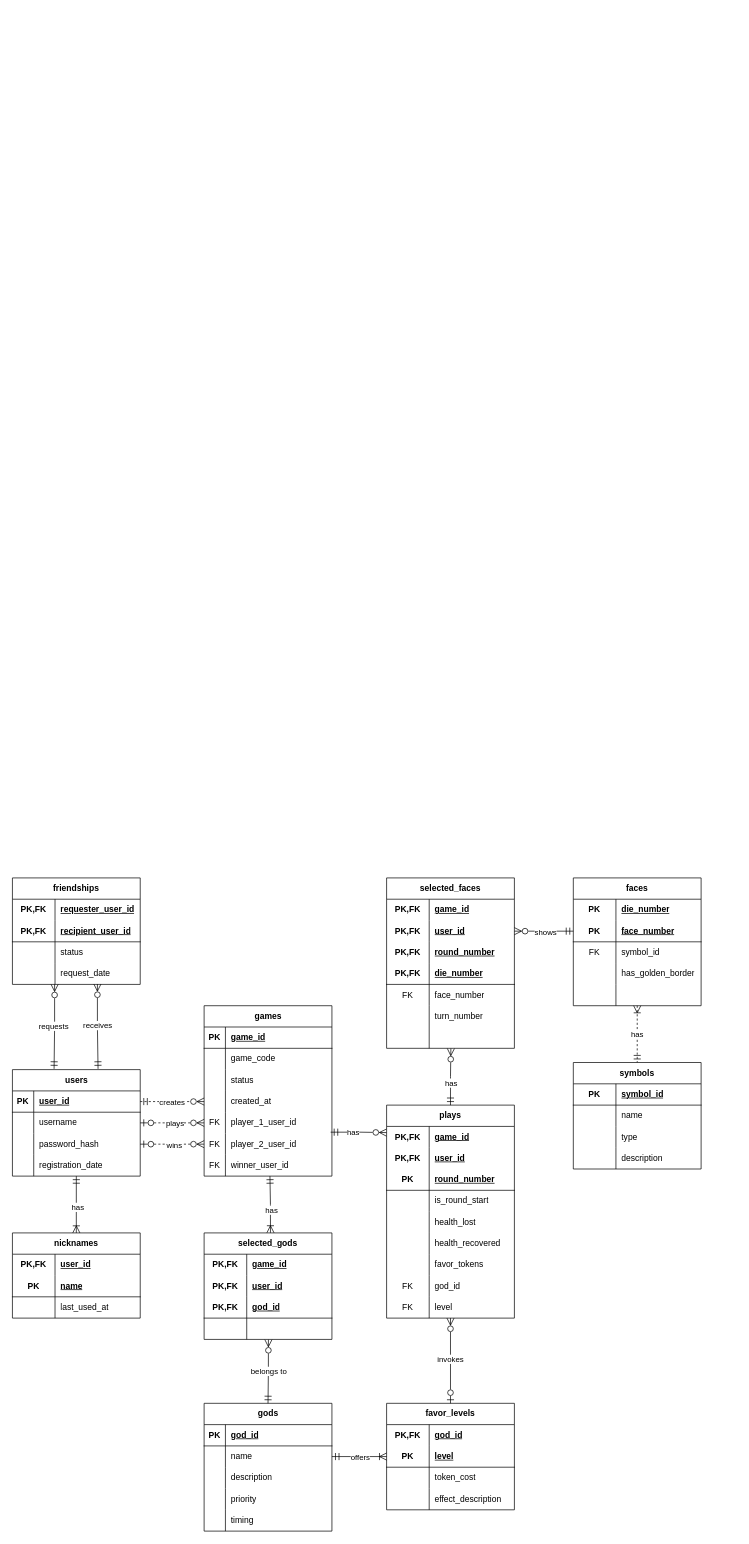
Above: page "orlog-modelo-relacional" (2 of 2) of diagrams/modelado-proyecto-orlog.drawio in observadoro/mer (draw.io), before the change. Source tidied: cells renumbered, new cells numbered last; positions are measured from the earlier drawing's top-left corner, leaving out a move shared by most shapes. Both pictures are drawn from the tidied source at 71%, with x=0, y=0 at pixel (12, 878).
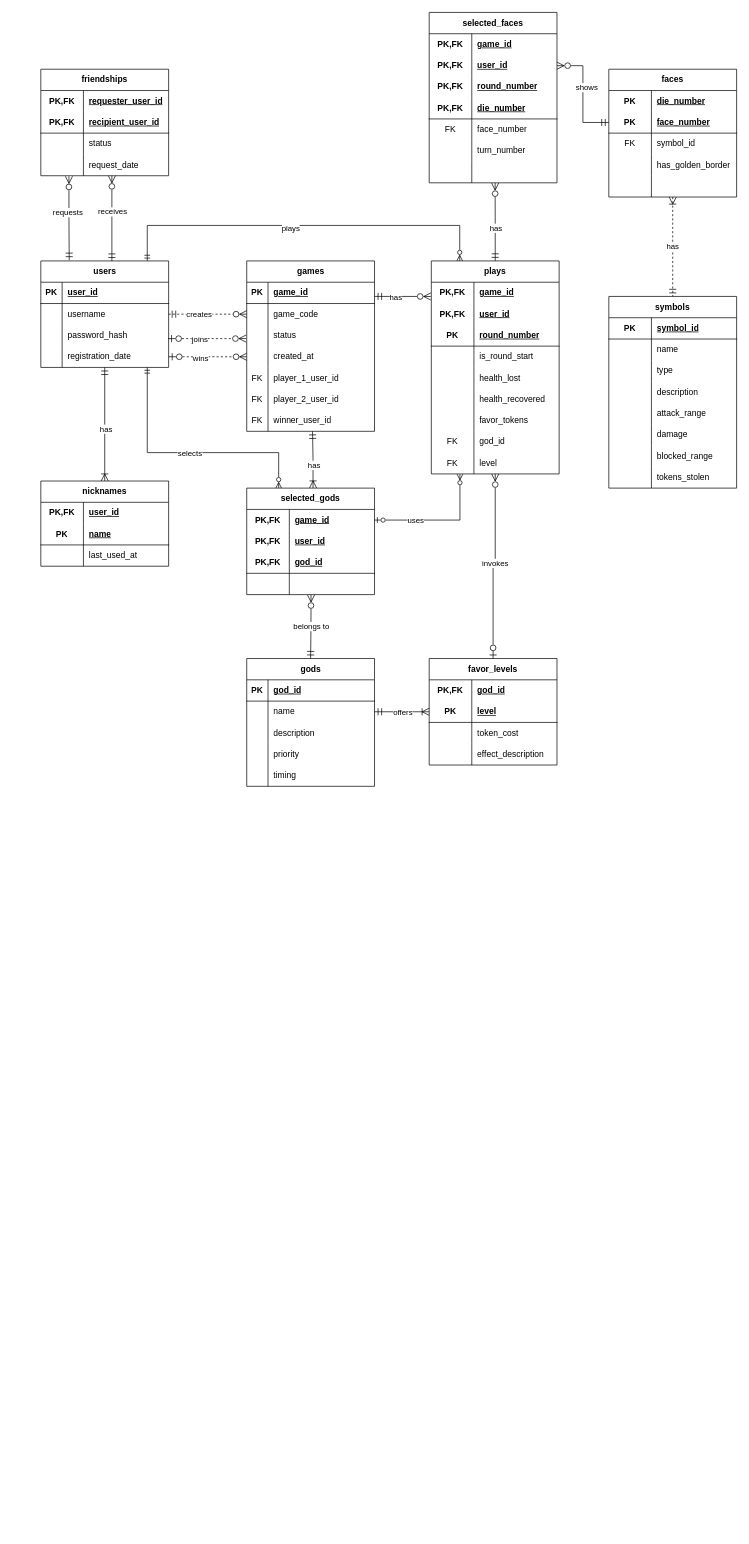
After the change.

Unchanged cells that the change refers to:
```xml
<mxCell id="5" style="shape=tableRow;horizontal=0;startSize=0;swimlaneHead=0;swimlaneBody=0;fillColor=none;points=[[0,0.5],[1,0.5]];portConstraint=eastwest;top=0;left=0;right=0;bottom=1;" parent="4" vertex="1">
  <mxGeometry y="30" width="180" height="30" as="geometry" />
</mxCell>
<mxCell id="8" style="shape=tableRow;horizontal=0;startSize=0;swimlaneHead=0;swimlaneBody=0;fillColor=none;points=[[0,0.5],[1,0.5]];portConstraint=eastwest;top=0;left=0;right=0;bottom=0;" parent="4" vertex="1">
  <mxGeometry y="60" width="180" height="30" as="geometry" />
</mxCell>
<mxCell id="11" style="shape=tableRow;horizontal=0;startSize=0;swimlaneHead=0;swimlaneBody=0;fillColor=none;points=[[0,0.5],[1,0.5]];portConstraint=eastwest;top=0;left=0;right=0;bottom=0;" parent="4" vertex="1">
  <mxGeometry y="90" width="180" height="30" as="geometry" />
</mxCell>
<mxCell id="14" style="shape=tableRow;horizontal=0;startSize=0;swimlaneHead=0;swimlaneBody=0;fillColor=none;points=[[0,0.5],[1,0.5]];portConstraint=eastwest;top=0;left=0;right=0;bottom=0;" parent="4" vertex="1">
  <mxGeometry y="120" width="180" height="30" as="geometry" />
</mxCell>
<mxCell id="18" style="shape=tableRow;horizontal=0;startSize=0;swimlaneHead=0;swimlaneBody=0;fillColor=none;points=[[0,0.5],[1,0.5]];portConstraint=eastwest;top=0;left=0;right=0;bottom=1;" parent="17" vertex="1">
  <mxGeometry y="30" width="180" height="30" as="geometry" />
</mxCell>
<mxCell id="21" style="shape=tableRow;horizontal=0;startSize=0;swimlaneHead=0;swimlaneBody=0;fillColor=none;points=[[0,0.5],[1,0.5]];portConstraint=eastwest;top=0;left=0;right=0;bottom=0;" parent="17" vertex="1">
  <mxGeometry y="60" width="180" height="30" as="geometry" />
</mxCell>
<mxCell id="24" style="shape=tableRow;horizontal=0;startSize=0;swimlaneHead=0;swimlaneBody=0;fillColor=none;points=[[0,0.5],[1,0.5]];portConstraint=eastwest;top=0;left=0;right=0;bottom=0;" parent="17" vertex="1">
  <mxGeometry y="90" width="180" height="30" as="geometry" />
</mxCell>
<mxCell id="27" style="shape=tableRow;horizontal=0;startSize=0;swimlaneHead=0;swimlaneBody=0;fillColor=none;points=[[0,0.5],[1,0.5]];portConstraint=eastwest;top=0;left=0;right=0;bottom=0;" parent="17" vertex="1">
  <mxGeometry y="120" width="180" height="30" as="geometry" />
</mxCell>
<mxCell id="30" style="shape=tableRow;horizontal=0;startSize=0;swimlaneHead=0;swimlaneBody=0;fillColor=none;points=[[0,0.5],[1,0.5]];portConstraint=eastwest;top=0;left=0;right=0;bottom=0;" parent="17" vertex="1">
  <mxGeometry y="150" width="180" height="30" as="geometry" />
</mxCell>
<mxCell id="33" style="shape=tableRow;horizontal=0;startSize=0;swimlaneHead=0;swimlaneBody=0;fillColor=none;points=[[0,0.5],[1,0.5]];portConstraint=eastwest;top=0;left=0;right=0;bottom=0;" parent="17" vertex="1">
  <mxGeometry y="180" width="180" height="30" as="geometry" />
</mxCell>
<mxCell id="59" style="shape=tableRow;horizontal=0;startSize=0;swimlaneHead=0;swimlaneBody=0;fillColor=none;points=[[0,0.5],[1,0.5]];portConstraint=eastwest;top=0;left=0;right=0;bottom=0;html=1;" parent="49" vertex="1">
  <mxGeometry y="120" width="180" height="30" as="geometry" />
</mxCell>
<mxCell id="102" style="shape=tableRow;horizontal=0;startSize=0;swimlaneHead=0;swimlaneBody=0;fillColor=none;points=[[0,0.5],[1,0.5]];portConstraint=eastwest;top=0;left=0;right=0;bottom=0;html=1;" parent="101" vertex="1">
  <mxGeometry y="30" width="180" height="30" as="geometry" />
</mxCell>
<mxCell id="117" style="shape=tableRow;horizontal=0;startSize=0;swimlaneHead=0;swimlaneBody=0;fillColor=none;points=[[0,0.5],[1,0.5]];portConstraint=eastwest;top=0;left=0;right=0;bottom=0;html=1;" parent="116" vertex="1">
  <mxGeometry y="30" width="180" height="30" as="geometry" />
</mxCell>
<mxCell id="141" style="shape=tableRow;horizontal=0;startSize=0;swimlaneHead=0;swimlaneBody=0;fillColor=none;points=[[0,0.5],[1,0.5]];portConstraint=eastwest;top=0;left=0;right=0;bottom=0;html=1;" parent="116" vertex="1">
  <mxGeometry y="270" width="180" height="30" as="geometry" />
</mxCell>
<mxCell id="165" style="shape=tableRow;horizontal=0;startSize=0;swimlaneHead=0;swimlaneBody=0;fillColor=none;points=[[0,0.5],[1,0.5]];portConstraint=eastwest;top=0;left=0;right=0;bottom=0;html=1;" parent="146" vertex="1">
  <mxGeometry y="210" width="180" height="30" as="geometry" />
</mxCell>
```

Diff of the diagram source:
```diff
@@
     <mxCell id="4" value="users" style="shape=table;startSize=30;childLayout=tableLayout;rowLines=0;fontStyle=1;align=center;html=1;" parent="1" vertex="1">
-      <mxGeometry y="270" width="180" height="150" as="geometry" />
+      <mxGeometry x="40" y="-869" width="180" height="150" as="geometry" />
     </mxCell>
@@
     <mxCell id="17" value="games" style="shape=table;startSize=30;childLayout=tableLayout;rowLines=0;fontStyle=1;align=center;html=1;" parent="1" vertex="1">
-      <mxGeometry x="270" y="180" width="180" height="240" as="geometry" />
+      <mxGeometry x="330" y="-869" width="180" height="240" as="geometry" />
     </mxCell>
@@
     <mxCell id="39" value="nicknames" style="shape=table;startSize=30;childLayout=tableLayout;rowLines=0;fontStyle=1;align=center;html=1;whiteSpace=wrap;" parent="1" vertex="1">
-      <mxGeometry y="500" width="180" height="120" as="geometry" />
+      <mxGeometry x="40" y="-559" width="180" height="120" as="geometry" />
     </mxCell>
@@
     <mxCell id="49" value="friendships" style="shape=table;startSize=30;childLayout=tableLayout;rowLines=0;fontStyle=1;align=center;html=1;whiteSpace=wrap;" parent="1" vertex="1">
-      <mxGeometry width="180" height="150" as="geometry" />
+      <mxGeometry x="40" y="-1139" width="180" height="150" as="geometry" />
     </mxCell>
@@
-    <mxCell id="62" style="edgeStyle=orthogonalEdgeStyle;rounded=0;jettySize=auto;html=1;entryX=0.326;entryY=-0.007;entryDx=0;entryDy=0;defaultLabelBackgroundColor=page;startArrow=ERzeroToMany;startFill=0;endArrow=ERmandOne;endFill=0;startSize=8;endSize=8;entryPerimeter=0;exitX=0.33;exitY=0.997;exitDx=0;exitDy=0;exitPerimeter=0;" parent="1" edge="1" source="59" target="4">
-      <mxGeometry relative="1" as="geometry" />
+    <mxCell id="62" style="edgeStyle=orthogonalEdgeStyle;rounded=0;jettySize=auto;html=1;defaultLabelBackgroundColor=page;startArrow=ERzeroToMany;startFill=0;endArrow=ERmandOne;endFill=0;startSize=8;endSize=8;exitX=0.22;exitY=1.027;exitDx=0;exitDy=0;exitPerimeter=0;" parent="1" edge="1" source="59">
+      <mxGeometry relative="1" as="geometry">
+        <mxPoint x="80" y="-870" as="targetPoint" />
+      </mxGeometry>
     </mxCell>
     <mxCell id="63" value="requests" style="edgeLabel;html=1;align=center;verticalAlign=middle;inheritText=1;defaultLabelBackgroundColor=page;" parent="62" vertex="1">
-      <mxGeometry x="-0.02" y="-2" relative="1" as="geometry" />
+      <mxGeometry x="-0.15" y="-2" relative="1" as="geometry" />
     </mxCell>
-    <mxCell id="64" style="edgeStyle=orthogonalEdgeStyle;rounded=0;jettySize=auto;html=1;entryX=0.67;entryY=-0.007;entryDx=0;entryDy=0;defaultLabelBackgroundColor=page;endArrow=ERmandOne;endFill=0;startArrow=ERzeroToMany;startFill=0;startSize=8;endSize=8;entryPerimeter=0;exitX=0.665;exitY=0.984;exitDx=0;exitDy=0;exitPerimeter=0;" parent="1" edge="1" source="59" target="4">
-      <mxGeometry relative="1" as="geometry" />
+    <mxCell id="64" style="edgeStyle=orthogonalEdgeStyle;rounded=0;jettySize=auto;html=1;entryX=0.556;entryY=0.001;entryDx=0;entryDy=0;defaultLabelBackgroundColor=page;endArrow=ERmandOne;endFill=0;startArrow=ERzeroToMany;startFill=0;startSize=8;endSize=8;entryPerimeter=0;exitX=0.556;exitY=1;exitDx=0;exitDy=0;exitPerimeter=0;" parent="1" edge="1" source="59" target="4">
+      <mxGeometry x="0.13" relative="1" as="geometry" />
     </mxCell>
     <mxCell id="65" value="receives" style="edgeLabel;html=1;align=center;verticalAlign=middle;inheritText=1;defaultLabelBackgroundColor=page;" parent="64" vertex="1">
-      <mxGeometry x="-0.03" relative="1" as="geometry" />
+      <mxGeometry x="-0.03" relative="1" as="geometry">
+        <mxPoint y="-8" as="offset" />
+      </mxGeometry>
     </mxCell>
     <mxCell id="66" value="gods" style="shape=table;startSize=30;childLayout=tableLayout;rowLines=0;fontStyle=1;align=center;html=1;" parent="1" vertex="1">
-      <mxGeometry x="270" y="740" width="180" height="180" as="geometry" />
+      <mxGeometry x="330" y="-309" width="180" height="180" as="geometry" />
     </mxCell>
@@
     <mxCell id="82" value="favor_levels" style="shape=table;startSize=30;childLayout=tableLayout;rowLines=0;fontStyle=1;align=center;html=1;whiteSpace=wrap;" parent="1" vertex="1">
-      <mxGeometry x="527" y="740" width="180" height="150" as="geometry" />
+      <mxGeometry x="587" y="-309" width="180" height="150" as="geometry" />
     </mxCell>
@@
     <mxCell id="101" value="selected_gods" style="shape=table;startSize=30;childLayout=tableLayout;rowLines=0;fontStyle=1;align=center;html=1;whiteSpace=wrap;" parent="1" vertex="1">
-      <mxGeometry x="270" y="500" width="180" height="150" as="geometry" />
+      <mxGeometry x="330" y="-549" width="180" height="150" as="geometry" />
     </mxCell>
@@
     <mxCell id="116" value="plays" style="shape=table;startSize=30;childLayout=tableLayout;rowLines=0;fontStyle=1;align=center;html=1;whiteSpace=wrap;" parent="1" vertex="1">
-      <mxGeometry x="527" y="320" width="180" height="300" as="geometry" />
+      <mxGeometry x="590" y="-869" width="180" height="300" as="geometry" />
     </mxCell>
@@
-    <mxCell id="144" style="edgeStyle=orthogonalEdgeStyle;rounded=0;jettySize=auto;html=1;entryX=-0.001;entryY=0.29;entryDx=0;entryDy=0;defaultLabelBackgroundColor=page;endArrow=ERzeroToMany;endFill=0;startArrow=ERmandOne;startFill=0;startSize=8;endSize=8;exitX=0.99;exitY=0.937;exitDx=0;exitDy=0;entryPerimeter=0;exitPerimeter=0;" parent="1" edge="1" source="30" target="117">
+    <mxCell id="144" style="edgeStyle=orthogonalEdgeStyle;rounded=0;jettySize=auto;html=1;entryX=-0.004;entryY=0.67;entryDx=0;entryDy=0;defaultLabelBackgroundColor=page;endArrow=ERzeroToMany;endFill=0;startArrow=ERmandOne;startFill=0;startSize=8;endSize=8;exitX=1;exitY=0.667;exitDx=0;exitDy=0;entryPerimeter=0;exitPerimeter=0;" parent="1" edge="1" source="18" target="117">
       <mxGeometry relative="1" as="geometry" />
     </mxCell>
     <mxCell id="145" value="has" style="edgeLabel;html=1;align=center;verticalAlign=middle;inheritText=1;defaultLabelBackgroundColor=page;" parent="144" vertex="1">
-      <mxGeometry x="0.03" y="-1" relative="1" as="geometry">
-        <mxPoint x="-9" y="-1" as="offset" />
+      <mxGeometry x="0.62" y="-1" relative="1" as="geometry">
+        <mxPoint x="-34" y="-1" as="offset" />
       </mxGeometry>
     </mxCell>
     <mxCell id="146" value="selected_faces" style="shape=table;startSize=30;childLayout=tableLayout;rowLines=0;fontStyle=1;align=center;html=1;whiteSpace=wrap;" parent="1" vertex="1">
-      <mxGeometry x="527" width="180" height="240" as="geometry" />
+      <mxGeometry x="587" y="-1219" width="180" height="240" as="geometry" />
     </mxCell>
@@
-    <mxCell id="168" style="edgeStyle=orthogonalEdgeStyle;rounded=0;jettySize=auto;html=1;entryX=0.503;entryY=1.011;entryDx=0;entryDy=0;defaultLabelBackgroundColor=page;endArrow=ERzeroToMany;endFill=0;startArrow=ERmandOne;startFill=0;startSize=8;endSize=8;entryPerimeter=0;exitX=0.5;exitY=0;exitDx=0;exitDy=0;" parent="1" edge="1" source="116" target="165">
+    <mxCell id="168" style="edgeStyle=orthogonalEdgeStyle;rounded=0;jettySize=auto;html=1;entryX=0.516;entryY=1.008;entryDx=0;entryDy=0;defaultLabelBackgroundColor=page;endArrow=ERzeroToMany;endFill=0;startArrow=ERmandOne;startFill=0;startSize=8;endSize=8;entryPerimeter=0;exitX=0.5;exitY=0;exitDx=0;exitDy=0;" parent="1" edge="1" source="116" target="165">
       <mxGeometry x="0.04" relative="1" as="geometry" />
     </mxCell>
     <mxCell id="169" value="has" style="edgeLabel;html=1;align=center;verticalAlign=middle;inheritText=1;defaultLabelBackgroundColor=page;" parent="168" vertex="1">
-      <mxGeometry x="-0.07" y="-3" relative="1" as="geometry">
+      <mxGeometry x="-0.05" y="-3" relative="1" as="geometry">
         <mxPoint x="-3" y="5" as="offset" />
       </mxGeometry>
     </mxCell>
@@
     <mxCell id="172" value="faces" style="shape=table;startSize=30;childLayout=tableLayout;rowLines=0;fontStyle=1;align=center;html=1;whiteSpace=wrap;" parent="1" vertex="1">
-      <mxGeometry x="790" width="180" height="180" as="geometry" />
+      <mxGeometry x="840" y="-1139" width="180" height="180" as="geometry" />
     </mxCell>
@@
     <mxCell id="192" value="symbols" style="shape=table;startSize=30;childLayout=tableLayout;rowLines=0;fontStyle=1;align=center;html=1;whiteSpace=wrap;" parent="1" vertex="1">
-      <mxGeometry x="790" y="260" width="180" height="150" as="geometry" />
+      <mxGeometry x="840" y="-819" width="180" height="270" as="geometry" />
     </mxCell>
@@
+    <mxCell id="211" style="shape=tableRow;horizontal=0;startSize=0;swimlaneHead=0;swimlaneBody=0;fillColor=none;top=0;left=0;right=0;bottom=0;html=1;" parent="192" vertex="1">
+      <mxGeometry y="150" width="180" height="30" as="geometry" />
+    </mxCell>
+    <mxCell id="212" style="shape=partialRectangle;fillColor=none;top=0;left=0;bottom=0;right=0;overflow=hidden;html=1;whiteSpace=wrap;" parent="211" vertex="1">
+      <mxGeometry width="60" height="30" as="geometry" />
+    </mxCell>
+    <mxCell id="213" value="attack_range" style="shape=partialRectangle;fillColor=none;top=0;left=0;bottom=0;right=0;align=left;spacingLeft=6;overflow=hidden;html=1;whiteSpace=wrap;" parent="211" vertex="1">
+      <mxGeometry x="60" width="120" height="30" as="geometry" />
+    </mxCell>
+    <mxCell id="214" style="shape=tableRow;horizontal=0;startSize=0;swimlaneHead=0;swimlaneBody=0;fillColor=none;top=0;left=0;right=0;bottom=0;html=1;" parent="192" vertex="1">
+      <mxGeometry y="180" width="180" height="30" as="geometry" />
+    </mxCell>
+    <mxCell id="215" style="shape=partialRectangle;fillColor=none;top=0;left=0;bottom=0;right=0;overflow=hidden;html=1;whiteSpace=wrap;" parent="214" vertex="1">
+      <mxGeometry width="60" height="30" as="geometry" />
+    </mxCell>
+    <mxCell id="216" value="damage" style="shape=partialRectangle;fillColor=none;top=0;left=0;bottom=0;right=0;align=left;spacingLeft=6;overflow=hidden;html=1;whiteSpace=wrap;" parent="214" vertex="1">
+      <mxGeometry x="60" width="120" height="30" as="geometry" />
+    </mxCell>
+    <mxCell id="217" style="shape=tableRow;horizontal=0;startSize=0;swimlaneHead=0;swimlaneBody=0;fillColor=none;top=0;left=0;right=0;bottom=0;html=1;" parent="192" vertex="1">
+      <mxGeometry y="210" width="180" height="30" as="geometry" />
+    </mxCell>
+    <mxCell id="218" style="shape=partialRectangle;fillColor=none;top=0;left=0;bottom=0;right=0;overflow=hidden;html=1;whiteSpace=wrap;" parent="217" vertex="1">
+      <mxGeometry width="60" height="30" as="geometry" />
+    </mxCell>
+    <mxCell id="219" value="blocked_range" style="shape=partialRectangle;fillColor=none;top=0;left=0;bottom=0;right=0;align=left;spacingLeft=6;overflow=hidden;html=1;whiteSpace=wrap;" parent="217" vertex="1">
+      <mxGeometry x="60" width="120" height="30" as="geometry" />
+    </mxCell>
+    <mxCell id="220" style="shape=tableRow;horizontal=0;startSize=0;swimlaneHead=0;swimlaneBody=0;fillColor=none;top=0;left=0;right=0;bottom=0;html=1;" parent="192" vertex="1">
+      <mxGeometry y="240" width="180" height="30" as="geometry" />
+    </mxCell>
+    <mxCell id="221" style="shape=partialRectangle;fillColor=none;top=0;left=0;bottom=0;right=0;overflow=hidden;html=1;whiteSpace=wrap;" parent="220" vertex="1">
+      <mxGeometry width="60" height="30" as="geometry" />
+    </mxCell>
+    <mxCell id="222" value="tokens_stolen" style="shape=partialRectangle;fillColor=none;top=0;left=0;bottom=0;right=0;align=left;spacingLeft=6;overflow=hidden;html=1;whiteSpace=wrap;" parent="220" vertex="1">
+      <mxGeometry x="60" width="120" height="30" as="geometry" />
+    </mxCell>
-    <mxCell id="205" style="edgeStyle=orthogonalEdgeStyle;rounded=0;jettySize=auto;html=1;entryX=0;entryY=0.5;entryDx=0;entryDy=0;defaultLabelBackgroundColor=page;endArrow=ERzeroToMany;endFill=0;startArrow=ERmandOne;startFill=0;dashed=1;startSize=8;endSize=8;" parent="1" edge="1" source="5" target="27">
-      <mxGeometry x="-0.01" relative="1" as="geometry" />
+    <mxCell id="205" style="edgeStyle=orthogonalEdgeStyle;rounded=0;jettySize=auto;html=1;entryX=0;entryY=0.5;entryDx=0;entryDy=0;defaultLabelBackgroundColor=page;endArrow=ERzeroToMany;endFill=0;startArrow=ERmandOne;startFill=0;dashed=1;startSize=8;endSize=8;exitX=1;exitY=0.5;exitDx=0;exitDy=0;" parent="1" edge="1" source="8" target="21">
+      <mxGeometry x="-0.21" relative="1" as="geometry" />
     </mxCell>
     <mxCell id="206" value="creates" style="edgeLabel;html=1;align=center;verticalAlign=middle;inheritText=1;defaultLabelBackgroundColor=page;" parent="205" vertex="1">
-      <mxGeometry x="-0.02" relative="1" as="geometry" />
+      <mxGeometry x="-0.23" relative="1" as="geometry" />
     </mxCell>
-    <mxCell id="207" style="edgeStyle=orthogonalEdgeStyle;rounded=0;jettySize=auto;html=1;entryX=0;entryY=0.5;entryDx=0;entryDy=0;defaultLabelBackgroundColor=page;endArrow=ERzeroToMany;endFill=0;startArrow=ERzeroToOne;startFill=0;dashed=1;startSize=8;endSize=8;" parent="1" edge="1" source="8" target="30">
-      <mxGeometry x="-0.05" relative="1" as="geometry" />
+    <mxCell id="207" style="edgeStyle=orthogonalEdgeStyle;rounded=0;jettySize=auto;html=1;entryX=-0.005;entryY=0.646;entryDx=0;entryDy=0;defaultLabelBackgroundColor=page;endArrow=ERzeroToMany;endFill=0;startArrow=ERzeroToOne;startFill=0;dashed=1;startSize=8;endSize=8;exitX=0.995;exitY=0.648;exitDx=0;exitDy=0;exitPerimeter=0;entryPerimeter=0;" parent="1" edge="1" source="11" target="24">
+      <mxGeometry x="-0.3" relative="1" as="geometry" />
     </mxCell>
-    <mxCell id="208" value="plays" style="edgeLabel;html=1;align=center;verticalAlign=middle;inheritText=1;defaultLabelBackgroundColor=page;" parent="207" vertex="1">
-      <mxGeometry x="-0.07" y="2" relative="1" as="geometry">
+    <mxCell id="208" value="joins" style="edgeLabel;html=1;align=center;verticalAlign=middle;inheritText=1;defaultLabelBackgroundColor=page;" parent="207" vertex="1">
+      <mxGeometry x="-0.31" y="2" relative="1" as="geometry">
         <mxPoint x="6" y="2" as="offset" />
       </mxGeometry>
     </mxCell>
-    <mxCell id="209" style="edgeStyle=orthogonalEdgeStyle;rounded=0;jettySize=auto;html=1;entryX=0;entryY=0.5;entryDx=0;entryDy=0;defaultLabelBackgroundColor=page;endArrow=ERzeroToMany;endFill=0;startArrow=ERzeroToOne;startFill=0;dashed=1;startSize=8;endSize=8;" parent="1" edge="1" source="11" target="33">
-      <mxGeometry x="-0.05" relative="1" as="geometry" />
+    <mxCell id="209" style="edgeStyle=orthogonalEdgeStyle;rounded=0;jettySize=auto;html=1;entryX=0;entryY=0.5;entryDx=0;entryDy=0;defaultLabelBackgroundColor=page;endArrow=ERzeroToMany;endFill=0;startArrow=ERzeroToOne;startFill=0;dashed=1;startSize=8;endSize=8;exitX=1;exitY=0.5;exitDx=0;exitDy=0;" parent="1" edge="1" source="14" target="27">
+      <mxGeometry x="-0.27" relative="1" as="geometry" />
     </mxCell>
     <mxCell id="210" value="wins" style="edgeLabel;html=1;align=center;verticalAlign=middle;inheritText=1;defaultLabelBackgroundColor=page;" parent="209" vertex="1">
-      <mxGeometry x="-0.09" y="-1" relative="1" as="geometry">
+      <mxGeometry x="-0.31" y="-1" relative="1" as="geometry">
         <mxPoint x="6" as="offset" />
       </mxGeometry>
     </mxCell>
+    <mxCell id="223" style="edgeStyle=orthogonalEdgeStyle;rounded=0;jettySize=auto;html=1;entryX=0.833;entryY=0;entryDx=0;entryDy=0;entryPerimeter=0;defaultLabelBackgroundColor=page;endArrow=ERmandOne;endFill=0;startArrow=ERzeroToMany;startFill=0;" parent="1" edge="1" source="116" target="4">
+      <mxGeometry x="-0.11" relative="1" as="geometry">
+        <Array as="points">
+          <mxPoint x="630" y="-919" />
+          <mxPoint x="189.9" y="-919" />
+        </Array>
+      </mxGeometry>
+    </mxCell>
+    <mxCell id="224" value="plays" style="edgeLabel;html=1;align=center;verticalAlign=middle;inheritText=1;defaultLabelBackgroundColor=page;" parent="223" vertex="1">
+      <mxGeometry x="0.07" y="3" relative="1" as="geometry" />
+    </mxCell>
+    <mxCell id="225" style="edgeStyle=orthogonalEdgeStyle;rounded=0;jettySize=auto;html=1;defaultLabelBackgroundColor=page;exitX=0.25;exitY=0;exitDx=0;exitDy=0;endArrow=ERmandOne;endFill=0;startArrow=ERzeroToMany;startFill=0;entryX=0.833;entryY=1;entryDx=0;entryDy=0;entryPerimeter=0;" parent="1" edge="1" source="101" target="14">
+      <mxGeometry x="-0.1" relative="1" as="geometry">
+        <Array as="points">
+          <mxPoint x="375" y="-599" />
+          <mxPoint x="190" y="-599" />
+        </Array>
+      </mxGeometry>
+    </mxCell>
+    <mxCell id="226" value="selects" style="edgeLabel;html=1;align=center;verticalAlign=middle;inheritText=1;defaultLabelBackgroundColor=page;" parent="225" vertex="1">
+      <mxGeometry x="-0.01" relative="1" as="geometry" />
+    </mxCell>
+    <mxCell id="227" style="edgeStyle=orthogonalEdgeStyle;rounded=0;jettySize=auto;html=1;entryX=0.224;entryY=1.013;entryDx=0;entryDy=0;entryPerimeter=0;defaultLabelBackgroundColor=page;endArrow=ERzeroToMany;endFill=0;startArrow=ERzeroToOne;startFill=0;" parent="1" edge="1" source="102" target="141">
+      <mxGeometry x="0.02" relative="1" as="geometry" />
+    </mxCell>
+    <mxCell id="228" value="uses" style="edgeLabel;html=1;align=center;verticalAlign=middle;inheritText=1;defaultLabelBackgroundColor=page;" parent="227" vertex="1">
+      <mxGeometry x="-0.38" relative="1" as="geometry" />
+    </mxCell>
```
